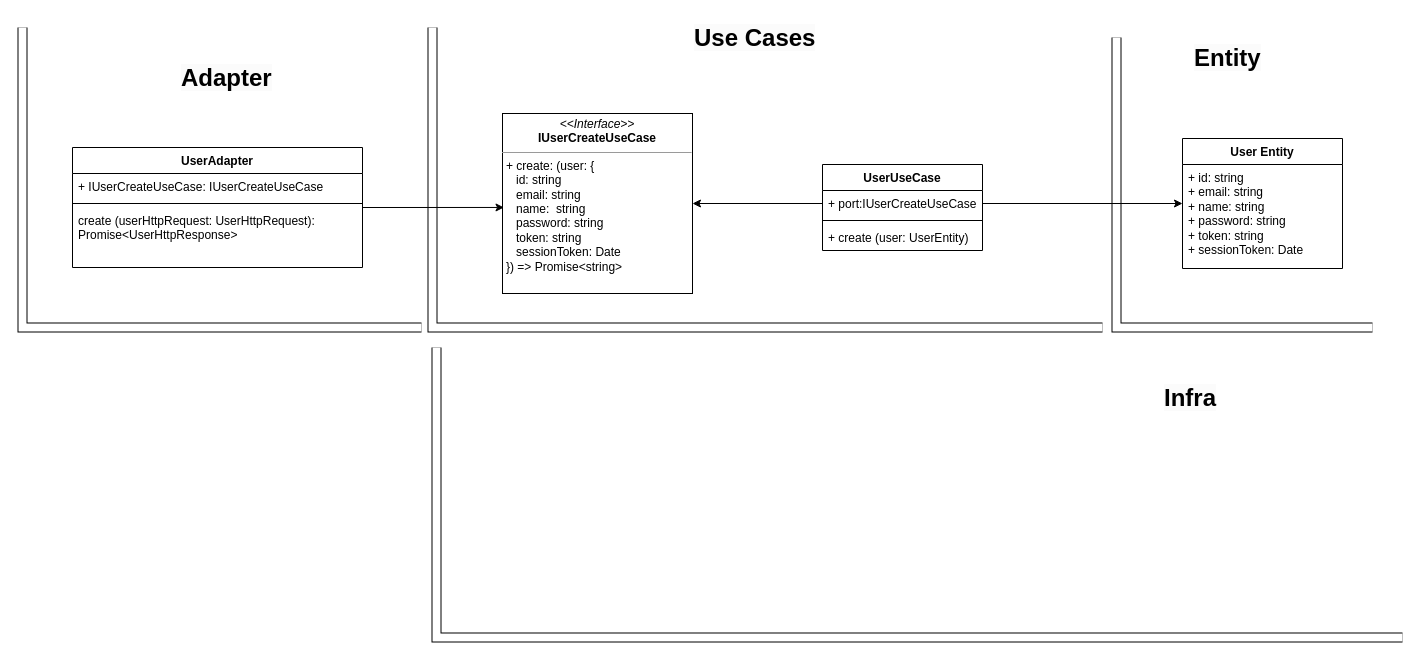
Earlier version of the draw.io diagram Class Diagram - backend.drawio (edmooliveira29/backend-system). Source tidied: cells renumbered, new cells numbered last; positions are measured from the earlier drawing's top-left corner, leaving out a move shared by most shapes. Both pictures are drawn from the tidied source at 100%, with x=0, y=0 at pixel (22, 17).
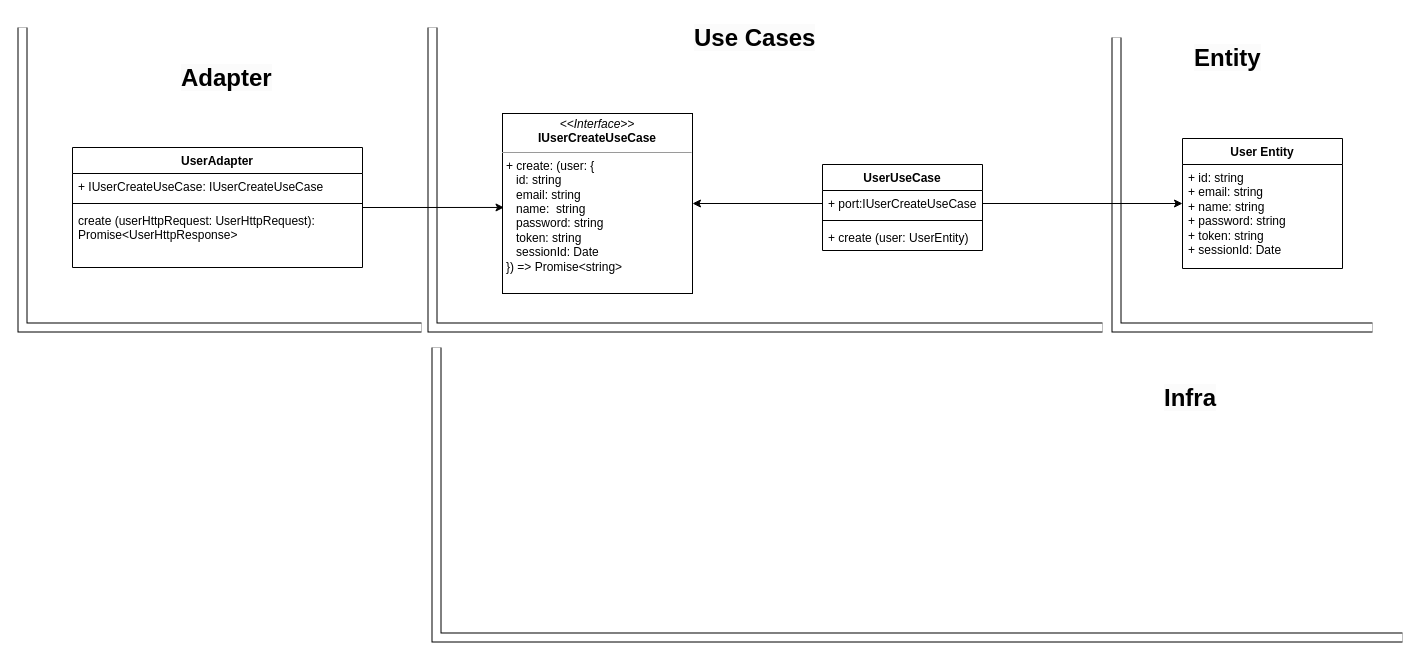
Above is the later version.

The change refers to these unchanged cells:
```xml
<mxCell id="18" value="User Entity&lt;div style=&quot;border-color: var(--border-color); padding: 0px; margin: 0px;&quot;&gt;&lt;br style=&quot;border-color: var(--border-color); padding: 0px; margin: 0px; font-weight: 400;&quot;&gt;&lt;/div&gt;" style="swimlane;fontStyle=1;align=center;verticalAlign=top;horizontal=1;startSize=26;whiteSpace=wrap;html=1;" parent="1" vertex="1">
  <mxGeometry x="1160" y="121" width="160" height="130" as="geometry" />
</mxCell>
```

What changed in the source:
```diff
@@
-    <mxCell id="6" value="&lt;p style=&quot;margin:0px;margin-top:4px;text-align:center;&quot;&gt;&lt;i&gt;&amp;lt;&amp;lt;Interface&amp;gt;&amp;gt;&lt;/i&gt;&lt;br&gt;&lt;b&gt;IUserCreateUseCase&lt;/b&gt;&lt;br&gt;&lt;/p&gt;&lt;hr size=&quot;1&quot;&gt;&lt;p style=&quot;margin:0px;margin-left:4px;&quot;&gt;&lt;/p&gt;&lt;p style=&quot;margin:0px;margin-left:4px;&quot;&gt;+&amp;nbsp;create: (user: {&lt;/p&gt;&lt;p style=&quot;margin:0px;margin-left:4px;&quot;&gt;&amp;nbsp; &amp;nbsp;id: string&amp;nbsp;&lt;/p&gt;&lt;p style=&quot;margin:0px;margin-left:4px;&quot;&gt;&amp;nbsp; &amp;nbsp;email: string&amp;nbsp;&lt;/p&gt;&lt;p style=&quot;margin:0px;margin-left:4px;&quot;&gt;&amp;nbsp; &amp;nbsp;name:&amp;nbsp; string&amp;nbsp;&lt;/p&gt;&lt;p style=&quot;margin:0px;margin-left:4px;&quot;&gt;&amp;nbsp; &amp;nbsp;password: string&amp;nbsp;&lt;/p&gt;&lt;p style=&quot;margin:0px;margin-left:4px;&quot;&gt;&amp;nbsp; &amp;nbsp;token: string&lt;/p&gt;&lt;p style=&quot;margin:0px;margin-left:4px;&quot;&gt;&amp;nbsp; &amp;nbsp;sessionToken: Date&amp;nbsp;&lt;/p&gt;&lt;p style=&quot;margin:0px;margin-left:4px;&quot;&gt;}) =&amp;gt; Promise&amp;lt;string&amp;gt;&lt;/p&gt;" style="verticalAlign=top;align=left;overflow=fill;fontSize=12;fontFamily=Helvetica;html=1;whiteSpace=wrap;" parent="1" vertex="1">
+    <mxCell id="6" value="&lt;p style=&quot;margin:0px;margin-top:4px;text-align:center;&quot;&gt;&lt;i&gt;&amp;lt;&amp;lt;Interface&amp;gt;&amp;gt;&lt;/i&gt;&lt;br&gt;&lt;b&gt;IUserCreateUseCase&lt;/b&gt;&lt;br&gt;&lt;/p&gt;&lt;hr size=&quot;1&quot;&gt;&lt;p style=&quot;margin:0px;margin-left:4px;&quot;&gt;&lt;/p&gt;&lt;p style=&quot;margin:0px;margin-left:4px;&quot;&gt;+&amp;nbsp;create: (user: {&lt;/p&gt;&lt;p style=&quot;margin:0px;margin-left:4px;&quot;&gt;&amp;nbsp; &amp;nbsp;id: string&amp;nbsp;&lt;/p&gt;&lt;p style=&quot;margin:0px;margin-left:4px;&quot;&gt;&amp;nbsp; &amp;nbsp;email: string&amp;nbsp;&lt;/p&gt;&lt;p style=&quot;margin:0px;margin-left:4px;&quot;&gt;&amp;nbsp; &amp;nbsp;name:&amp;nbsp; string&amp;nbsp;&lt;/p&gt;&lt;p style=&quot;margin:0px;margin-left:4px;&quot;&gt;&amp;nbsp; &amp;nbsp;password: string&amp;nbsp;&lt;/p&gt;&lt;p style=&quot;margin:0px;margin-left:4px;&quot;&gt;&amp;nbsp; &amp;nbsp;token: string&lt;/p&gt;&lt;p style=&quot;margin:0px;margin-left:4px;&quot;&gt;&amp;nbsp; &amp;nbsp;sessionId: Date&amp;nbsp;&lt;/p&gt;&lt;p style=&quot;margin:0px;margin-left:4px;&quot;&gt;}) =&amp;gt; Promise&amp;lt;string&amp;gt;&lt;/p&gt;" style="verticalAlign=top;align=left;overflow=fill;fontSize=12;fontFamily=Helvetica;html=1;whiteSpace=wrap;" parent="1" vertex="1">
       <mxGeometry x="480" y="96" width="190" height="180" as="geometry" />
     </mxCell>
@@
-    <mxCell id="19" value="+ id: string&lt;br style=&quot;border-color: var(--border-color); padding: 0px; margin: 0px;&quot;&gt;&lt;span style=&quot;&quot;&gt;+ email: string&lt;/span&gt;&lt;br style=&quot;border-color: var(--border-color); padding: 0px; margin: 0px;&quot;&gt;&lt;span style=&quot;&quot;&gt;+ name: string&lt;/span&gt;&lt;br style=&quot;border-color: var(--border-color); padding: 0px; margin: 0px;&quot;&gt;&lt;span style=&quot;&quot;&gt;+ password: string&lt;/span&gt;&lt;br style=&quot;border-color: var(--border-color); padding: 0px; margin: 0px;&quot;&gt;&lt;span style=&quot;&quot;&gt;+ token: string&lt;br&gt;&lt;/span&gt;&lt;span style=&quot;&quot;&gt;+ sessionToken: Date&lt;/span&gt;" style="text;strokeColor=none;fillColor=none;align=left;verticalAlign=top;spacingLeft=4;spacingRight=4;overflow=hidden;whiteSpace=wrap;html=1;" parent="18" vertex="1">
+    <mxCell id="19" value="+ id: string&lt;br style=&quot;border-color: var(--border-color); padding: 0px; margin: 0px;&quot;&gt;&lt;span style=&quot;&quot;&gt;+ email: string&lt;/span&gt;&lt;br style=&quot;border-color: var(--border-color); padding: 0px; margin: 0px;&quot;&gt;&lt;span style=&quot;&quot;&gt;+ name: string&lt;/span&gt;&lt;br style=&quot;border-color: var(--border-color); padding: 0px; margin: 0px;&quot;&gt;&lt;span style=&quot;&quot;&gt;+ password: string&lt;/span&gt;&lt;br style=&quot;border-color: var(--border-color); padding: 0px; margin: 0px;&quot;&gt;&lt;span style=&quot;&quot;&gt;+ token: string&lt;br&gt;&lt;/span&gt;&lt;span style=&quot;&quot;&gt;+ sessionId: Date&lt;/span&gt;" style="text;strokeColor=none;fillColor=none;align=left;verticalAlign=top;spacingLeft=4;spacingRight=4;overflow=hidden;whiteSpace=wrap;html=1;" parent="18" vertex="1">
       <mxGeometry y="26" width="160" height="104" as="geometry" />
     </mxCell>
```
